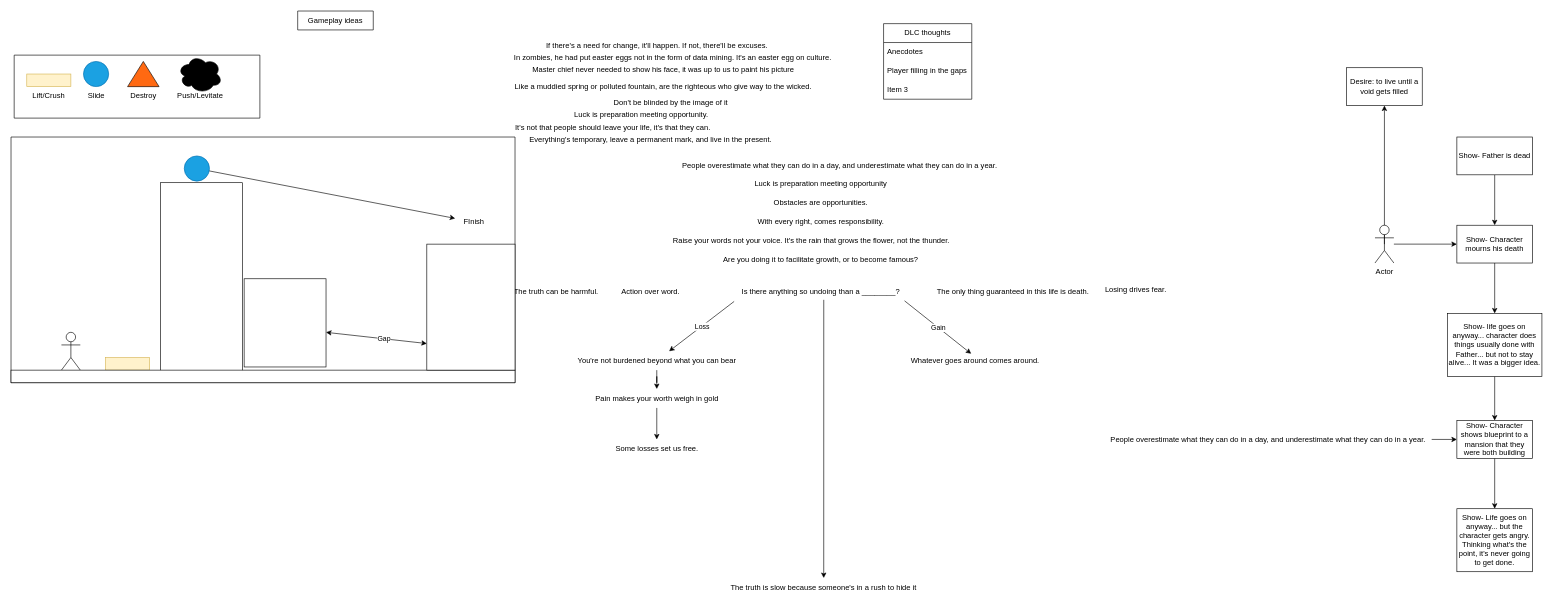
This is page "Page-1" (1 of 2) of Plans.drawio from HasinJ/Elements-Platformer, a draw.io file, before an edit. Source tidied: cells renumbered, new cells numbered last; positions are measured from the earlier drawing's top-left corner, leaving out a move shared by most shapes. Both pictures are drawn from the tidied source at 63%, with x=0, y=0 at pixel (11, 11).
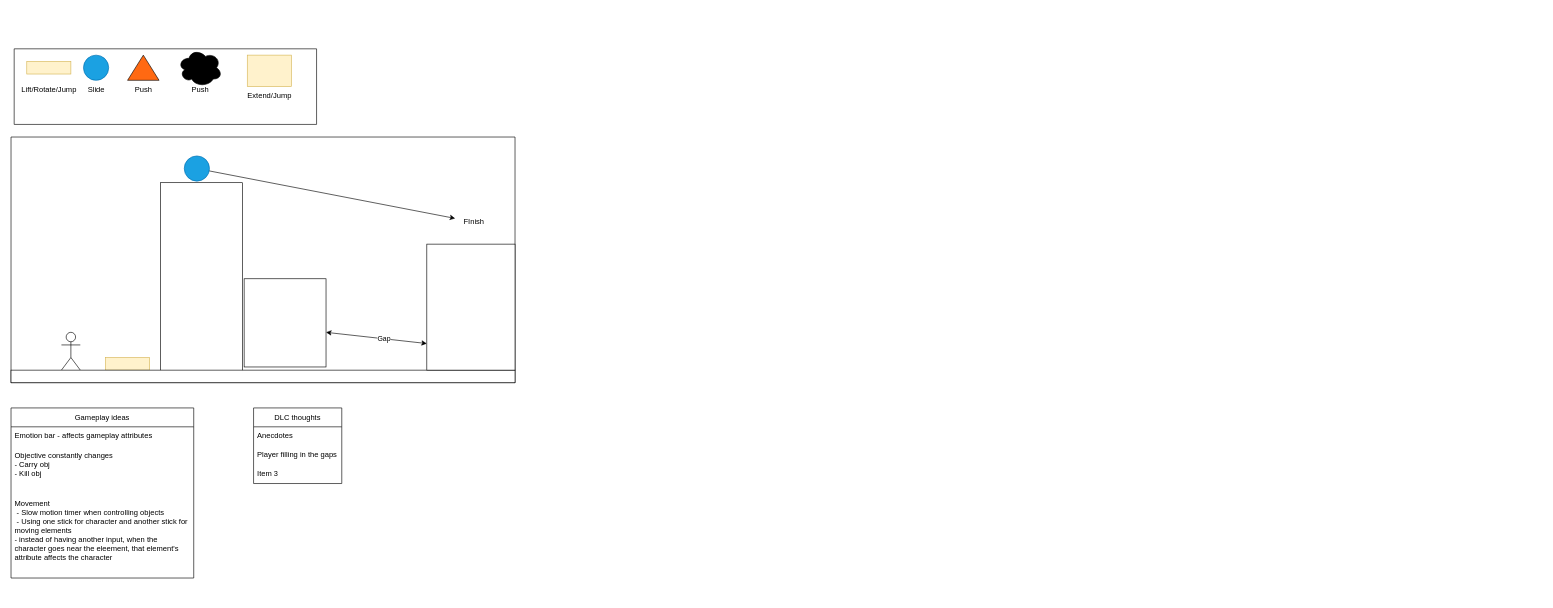
After the change.

Commit message:
a rock idea i guess, not really

What changed in the source:
```diff
@@
-    <mxCell id="2" value="Some losses set us free." style="text;html=1;align=center;verticalAlign=middle;points=[];strokeColor=none;fillColor=none;" parent="1" vertex="1">
-      <mxGeometry x="945" y="680" width="160" height="30" as="geometry" />
-    </mxCell>
-    <mxCell id="3" style="edgeStyle=orthogonalEdgeStyle;rounded=0;jettySize=auto;html=1;" parent="1" edge="1" source="4" target="2">
-      <mxGeometry relative="1" as="geometry" />
-    </mxCell>
-    <mxCell id="4" value="Pain makes your worth weigh in gold" style="text;html=1;align=center;verticalAlign=middle;points=[];strokeColor=none;fillColor=none;" parent="1" vertex="1">
-      <mxGeometry x="915" y="600" width="220" height="30" as="geometry" />
-    </mxCell>
-    <mxCell id="5" value="Is there anything so undoing than a ________?" style="text;html=1;align=center;verticalAlign=middle;points=[];strokeColor=none;fillColor=none;" parent="1" vertex="1">
-      <mxGeometry x="1145" y="430" width="280" height="30" as="geometry" />
-    </mxCell>
-    <mxCell id="6" value="People overestimate what they can do in a day, and underestimate what they can do in a year." style="text;html=1;align=center;verticalAlign=middle;strokeColor=none;fillColor=none;" parent="1" vertex="1">
-      <mxGeometry x="1055" y="230" width="520" height="30" as="geometry" />
-    </mxCell>
-    <mxCell id="7" value="With every right, comes responsibility." style="text;html=1;align=center;verticalAlign=middle;strokeColor=none;fillColor=none;" parent="1" vertex="1">
-      <mxGeometry x="1170" y="320" width="230" height="30" as="geometry" />
-    </mxCell>
-    <mxCell id="8" value="Are you doing it to facilitate growth, or to become famous?" style="text;html=1;align=center;verticalAlign=middle;strokeColor=none;fillColor=none;" parent="1" vertex="1">
-      <mxGeometry x="1115" y="380" width="340" height="30" as="geometry" />
-    </mxCell>
-    <mxCell id="9" value="Obstacles are opportunities." style="text;html=1;align=center;verticalAlign=middle;strokeColor=none;fillColor=none;" parent="1" vertex="1">
-      <mxGeometry x="1200" y="290" width="170" height="30" as="geometry" />
-    </mxCell>
-    <mxCell id="10" value="Luck is preparation meeting opportunity" style="text;html=1;align=center;verticalAlign=middle;strokeColor=none;fillColor=none;" parent="1" vertex="1">
-      <mxGeometry x="1170" y="260" width="230" height="30" as="geometry" />
-    </mxCell>
-    <mxCell id="11" value="Action over word." style="text;html=1;align=center;verticalAlign=middle;strokeColor=none;fillColor=none;" parent="1" vertex="1">
-      <mxGeometry x="955" y="430" width="120" height="30" as="geometry" />
-    </mxCell>
-    <mxCell id="12" value="If there's a need for change, it'll happen. If not, there'll be excuses." style="text;html=1;align=center;verticalAlign=middle;strokeColor=none;fillColor=none;" parent="1" vertex="1">
-      <mxGeometry x="835" y="40" width="380" height="30" as="geometry" />
-    </mxCell>
-    <mxCell id="13" value="The truth can be harmful." style="text;html=1;align=center;verticalAlign=middle;strokeColor=none;fillColor=none;" parent="1" vertex="1">
-      <mxGeometry x="785" y="430" width="160" height="30" as="geometry" />
-    </mxCell>
-    <mxCell id="14" value="The only thing guaranteed in this life is death." style="text;html=1;align=center;verticalAlign=middle;strokeColor=none;fillColor=none;" parent="1" vertex="1">
-      <mxGeometry x="1455" y="430" width="270" height="30" as="geometry" />
-    </mxCell>
-    <mxCell id="15" style="endArrow=classic;html=1;rounded=0;exitX=0.518;exitY=0.947;exitDx=0;exitDy=0;exitPerimeter=0;" parent="1" edge="1" source="5" target="16">
-      <mxGeometry relative="1" as="geometry" />
-    </mxCell>
-    <mxCell id="16" value="The truth is slow because someone's in a rush to hide it" style="text;html=1;align=center;verticalAlign=middle;whiteSpace=wrap;rounded=0;" parent="1" vertex="1">
-      <mxGeometry x="1140" y="900" width="300" height="30" as="geometry" />
-    </mxCell>
-    <mxCell id="17" value="In zombies, he had put easter eggs not in the form of data mining. It's an easter egg on culture." style="text;html=1;align=center;verticalAlign=middle;strokeColor=none;fillColor=none;" parent="1" vertex="1">
-      <mxGeometry x="785" y="60" width="530" height="30" as="geometry" />
-    </mxCell>
-    <mxCell id="18" value="&lt;div&gt;Losing drives fear.&lt;/div&gt;&lt;div&gt;&lt;br&gt;&lt;/div&gt;" style="text;html=1;align=center;verticalAlign=middle;strokeColor=none;fillColor=none;" parent="1" vertex="1">
-      <mxGeometry x="1725" y="430" width="120" height="40" as="geometry" />
-    </mxCell>
-    <mxCell id="19" value="Whatever goes around comes around." style="text;html=1;align=center;verticalAlign=middle;points=[];strokeColor=none;fillColor=none;" parent="1" vertex="1">
-      <mxGeometry x="1415" y="540" width="230" height="30" as="geometry" />
-    </mxCell>
-    <mxCell id="20" style="endArrow=classic;html=1;rounded=0;exitX=0.01;exitY=1.033;exitDx=0;exitDy=0;exitPerimeter=0;" parent="1" edge="1" source="5" target="60">
-      <mxGeometry relative="1" as="geometry" />
-    </mxCell>
-    <mxCell id="21" value="&lt;div&gt;Loss&lt;/div&gt;" style="edgeLabel;html=1;align=center;verticalAlign=middle;" parent="20" vertex="1">
-      <mxGeometry relative="1" as="geometry" />
-    </mxCell>
-    <mxCell id="22" style="endArrow=classic;html=1;rounded=0;exitX=0.976;exitY=1;exitDx=0;exitDy=0;exitPerimeter=0;entryX=0.474;entryY=0.133;entryDx=0;entryDy=0;entryPerimeter=0;" parent="1" edge="1" source="5" target="19">
-      <mxGeometry relative="1" as="geometry" />
-    </mxCell>
-    <mxCell id="23" value="Gain" style="edgeLabel;html=1;align=center;verticalAlign=middle;" parent="22" vertex="1">
-      <mxGeometry relative="1" as="geometry" />
-    </mxCell>
-    <mxCell id="24" value="Raise your words not your voice. It's the rain that grows the flower, not the thunder." style="text;html=1;align=center;verticalAlign=middle;strokeColor=none;fillColor=none;" parent="1" vertex="1">
-      <mxGeometry x="1045" y="350" width="450" height="30" as="geometry" />
-    </mxCell>
-    <mxCell id="25" style="edgeStyle=orthogonalEdgeStyle;rounded=0;jettySize=auto;html=1;" parent="1" edge="1" source="26" target="40">
-      <mxGeometry relative="1" as="geometry" />
-    </mxCell>
-    <mxCell id="26" value="People overestimate what they can do in a day, and underestimate what they can do in a year." style="text;html=1;align=center;verticalAlign=middle;points=[];strokeColor=none;fillColor=none;" parent="1" vertex="1">
-      <mxGeometry x="1735" y="665" width="520" height="30" as="geometry" />
-    </mxCell>
-    <mxCell id="27" style="edgeStyle=orthogonalEdgeStyle;rounded=0;jettySize=auto;html=1;exitX=0.5;exitY=0.5;exitDx=0;exitDy=0;exitPerimeter=0;" parent="1" edge="1" source="29" target="31">
-      <mxGeometry relative="1" as="geometry" />
-    </mxCell>
-    <mxCell id="28" style="edgeStyle=orthogonalEdgeStyle;rounded=0;jettySize=auto;html=1;entryX=0;entryY=0.5;entryDx=0;entryDy=0;" parent="1" edge="1" source="29" target="35">
-      <mxGeometry relative="1" as="geometry" />
-    </mxCell>
-    <mxCell id="29" value="Actor" style="shape=umlActor;verticalLabelPosition=bottom;verticalAlign=top;html=1;outlineConnect=0;" parent="1" vertex="1">
-      <mxGeometry x="2165" y="340" width="30" height="60" as="geometry" />
-    </mxCell>
-    <mxCell id="30" value="&lt;div&gt;Master chief never needed to show his face, it was up to us to paint his picture&lt;/div&gt;&lt;div&gt;&lt;br&gt;&lt;/div&gt;" style="text;html=1;align=center;verticalAlign=middle;strokeColor=none;fillColor=none;" parent="1" vertex="1">
-      <mxGeometry x="820" y="80" width="430" height="40" as="geometry" />
-    </mxCell>
-    <mxCell id="31" value="Desire: to live until a void gets filled" style="rounded=0;whiteSpace=wrap;html=1;" parent="1" vertex="1">
-      <mxGeometry x="2120" y="90" width="120" height="60" as="geometry" />
-    </mxCell>
-    <mxCell id="32" style="edgeStyle=orthogonalEdgeStyle;rounded=0;jettySize=auto;html=1;" parent="1" edge="1" source="33" target="35">
-      <mxGeometry relative="1" as="geometry" />
-    </mxCell>
-    <mxCell id="33" value="&lt;div&gt;Show- Father is dead&lt;br&gt;&lt;/div&gt;" style="rounded=0;whiteSpace=wrap;html=1;" parent="1" vertex="1">
-      <mxGeometry x="2295" y="200" width="120" height="60" as="geometry" />
-    </mxCell>
-    <mxCell id="34" style="edgeStyle=orthogonalEdgeStyle;rounded=0;jettySize=auto;html=1;" parent="1" edge="1" source="35" target="37">
-      <mxGeometry relative="1" as="geometry" />
-    </mxCell>
-    <mxCell id="35" value="&lt;div&gt;Show- Character mourns his death&lt;br&gt;&lt;/div&gt;" style="rounded=0;whiteSpace=wrap;html=1;" parent="1" vertex="1">
-      <mxGeometry x="2295" y="340" width="120" height="60" as="geometry" />
-    </mxCell>
-    <mxCell id="36" style="edgeStyle=orthogonalEdgeStyle;rounded=0;jettySize=auto;html=1;" parent="1" edge="1" source="37" target="40">
-      <mxGeometry relative="1" as="geometry" />
-    </mxCell>
-    <mxCell id="37" value="&lt;div&gt;Show- life goes on anyway... character does things usually done with Father... but not to stay alive... It was a bigger idea. &lt;br&gt;&lt;/div&gt;" style="rounded=0;whiteSpace=wrap;html=1;" parent="1" vertex="1">
-      <mxGeometry x="2280" y="480" width="150" height="100" as="geometry" />
-    </mxCell>
-    <mxCell id="38" value="Like a muddied spring or polluted fountain, are the righteous who give way to the wicked." style="text;html=1;align=center;verticalAlign=middle;strokeColor=none;fillColor=none;" parent="1" vertex="1">
-      <mxGeometry x="795" y="105" width="480" height="30" as="geometry" />
-    </mxCell>
-    <mxCell id="39" style="edgeStyle=orthogonalEdgeStyle;rounded=0;jettySize=auto;html=1;" parent="1" edge="1" source="40" target="41">
-      <mxGeometry relative="1" as="geometry" />
-    </mxCell>
-    <mxCell id="40" value="&lt;div&gt;Show- Character shows blueprint to a mansion that they were both building &lt;br&gt;&lt;/div&gt;" style="rounded=0;whiteSpace=wrap;html=1;" parent="1" vertex="1">
-      <mxGeometry x="2295" y="650" width="120" height="60" as="geometry" />
-    </mxCell>
-    <mxCell id="41" value="&lt;div&gt;Show- Life goes on anyway... but the character gets angry. Thinking what's the point, it's never going to get done.&lt;/div&gt;" style="rounded=0;whiteSpace=wrap;html=1;" parent="1" vertex="1">
-      <mxGeometry x="2295" y="790" width="120" height="100" as="geometry" />
-    </mxCell>
     <mxCell id="42" value="&lt;div&gt;DLC thoughts&lt;/div&gt;" style="swimlane;fontStyle=0;horizontal=1;startSize=30;whiteSpace=wrap;html=1;" parent="1" vertex="1">
-      <mxGeometry x="1385" y="20" width="140" height="120" as="geometry" />
+      <mxGeometry x="385" y="630" width="140" height="120" as="geometry" />
     </mxCell>
@@
-    <mxCell id="46" value="Gameplay ideas" style="swimlane;fontStyle=0;horizontal=1;startSize=30;whiteSpace=wrap;html=1;" parent="1" vertex="1" collapsed="1">
-      <mxGeometry x="455" width="120" height="30" as="geometry" />
+    <mxCell id="46" value="Gameplay ideas" style="swimlane;fontStyle=0;horizontal=1;startSize=30;whiteSpace=wrap;html=1;" parent="1" vertex="1">
+      <mxGeometry y="630" width="290" height="270" as="geometry" />
     </mxCell>
+    <mxCell id="74" value="Emotion bar - affects gameplay attributes" style="text;strokeColor=none;fillColor=none;align=left;verticalAlign=middle;spacingLeft=4;spacingRight=4;overflow=hidden;whiteSpace=wrap;html=1;" parent="46" vertex="1">
+      <mxGeometry y="30" width="290" height="30" as="geometry" />
+    </mxCell>
+    <mxCell id="75" value="Objective constantly changes&lt;br&gt;&lt;div&gt;- Carry obj&lt;/div&gt;&lt;div&gt;- Kill obj&lt;br&gt;&lt;/div&gt;" style="text;strokeColor=none;fillColor=none;align=left;verticalAlign=middle;spacingLeft=4;spacingRight=4;overflow=hidden;whiteSpace=wrap;html=1;" parent="46" vertex="1">
+      <mxGeometry y="60" width="290" height="60" as="geometry" />
+    </mxCell>
+    <mxCell id="76" value="&lt;div&gt;Movement&lt;/div&gt;&lt;div&gt;&amp;nbsp;- Slow motion timer when controlling objects&lt;/div&gt;&lt;div&gt;&amp;nbsp;- Using one stick for character and another stick for moving elements&lt;/div&gt;&lt;div&gt;- instead of having another input, when the character goes near the eleement, that element's attribute affects the character&lt;br&gt;&lt;/div&gt;" style="text;strokeColor=none;fillColor=none;align=left;verticalAlign=middle;spacingLeft=4;spacingRight=4;overflow=hidden;whiteSpace=wrap;html=1;" parent="46" vertex="1">
+      <mxGeometry y="120" width="290" height="150" as="geometry" />
+    </mxCell>
@@
-    <mxCell id="59" style="edgeStyle=orthogonalEdgeStyle;rounded=0;jettySize=auto;html=1;" parent="1" edge="1" source="60" target="4">
-      <mxGeometry relative="1" as="geometry" />
-    </mxCell>
-    <mxCell id="60" value="You're not burdened beyond what you can bear" style="text;html=1;align=center;verticalAlign=middle;whiteSpace=wrap;rounded=0;" parent="1" vertex="1">
-      <mxGeometry x="895.5" y="540" width="259" height="30" as="geometry" />
-    </mxCell>
     <mxCell id="61" style="swimlane;startSize=0;" parent="1" vertex="1">
-      <mxGeometry x="5" y="70" width="390" height="100" as="geometry" />
+      <mxGeometry x="5" y="60" width="480" height="120" as="geometry" />
     </mxCell>
     <mxCell id="62" style="rounded=0;whiteSpace=wrap;html=1;fillColor=#fff2cc;strokeColor=#d6b656;" parent="61" vertex="1">
-      <mxGeometry x="20" y="30" width="70" height="20" as="geometry" />
+      <mxGeometry x="20" y="20" width="70" height="20" as="geometry" />
     </mxCell>
-    <mxCell id="63" value="Lift/Crush" style="text;html=1;align=center;verticalAlign=middle;whiteSpace=wrap;rounded=0;" parent="61" vertex="1">
-      <mxGeometry x="25" y="50" width="60" height="30" as="geometry" />
+    <mxCell id="63" value="Lift/Rotate/Jump" style="text;html=1;align=center;verticalAlign=middle;whiteSpace=wrap;rounded=0;" parent="61" vertex="1">
+      <mxGeometry x="12.5" y="55" width="85" height="20" as="geometry" />
     </mxCell>
@@
-    <mxCell id="67" value="&lt;div&gt;Destroy&lt;br&gt;&lt;/div&gt;" style="text;html=1;align=center;verticalAlign=middle;strokeColor=none;fillColor=none;" parent="61" vertex="1">
-      <mxGeometry x="175" y="50" width="60" height="30" as="geometry" />
+    <mxCell id="67" value="Push" style="text;html=1;align=center;verticalAlign=middle;strokeColor=none;fillColor=none;" parent="61" vertex="1">
+      <mxGeometry x="180" y="50" width="50" height="30" as="geometry" />
     </mxCell>
-    <mxCell id="68" value="Push/Levitate" style="text;html=1;align=center;verticalAlign=middle;strokeColor=none;fillColor=none;" parent="61" vertex="1">
-      <mxGeometry x="250" y="50" width="90" height="30" as="geometry" />
+    <mxCell id="68" value="Push" style="text;html=1;align=center;verticalAlign=middle;strokeColor=none;fillColor=none;" parent="61" vertex="1">
+      <mxGeometry x="270" y="50" width="50" height="30" as="geometry" />
     </mxCell>
@@
-    <mxCell id="70" value="Don't be blinded by the image of it" style="text;html=1;align=center;verticalAlign=middle;whiteSpace=wrap;rounded=0;" parent="1" vertex="1">
-      <mxGeometry x="915" y="130" width="265" height="30" as="geometry" />
-    </mxCell>
-    <mxCell id="71" value="Luck is preparation meeting opportunity." style="text;html=1;align=center;verticalAlign=middle;strokeColor=none;fillColor=none;" parent="1" vertex="1">
-      <mxGeometry x="885" y="150" width="230" height="30" as="geometry" />
-    </mxCell>
-    <mxCell id="72" value="&lt;div&gt;It's not that people should leave your life, it's that they can.&lt;/div&gt;" style="text;html=1;align=center;verticalAlign=middle;strokeColor=none;fillColor=none;" parent="1" vertex="1">
-      <mxGeometry x="795" y="170" width="320" height="30" as="geometry" />
-    </mxCell>
-    <mxCell id="73" value="Everything's temporary, leave a permanent mark, and live in the present." style="text;html=1;align=center;verticalAlign=middle;strokeColor=none;fillColor=none;" parent="1" vertex="1">
-      <mxGeometry x="815" y="190" width="400" height="30" as="geometry" />
-    </mxCell>
+    <mxCell id="77" style="rounded=0;whiteSpace=wrap;html=1;fillColor=#fff2cc;strokeColor=#d6b656;" parent="61" vertex="1">
+      <mxGeometry x="370" y="10" width="70" height="50" as="geometry" />
+    </mxCell>
+    <mxCell id="78" value="Extend/Jump" style="text;html=1;align=center;verticalAlign=middle;strokeColor=none;fillColor=none;" parent="61" vertex="1">
+      <mxGeometry x="360" y="60" width="90" height="30" as="geometry" />
+    </mxCell>
```
